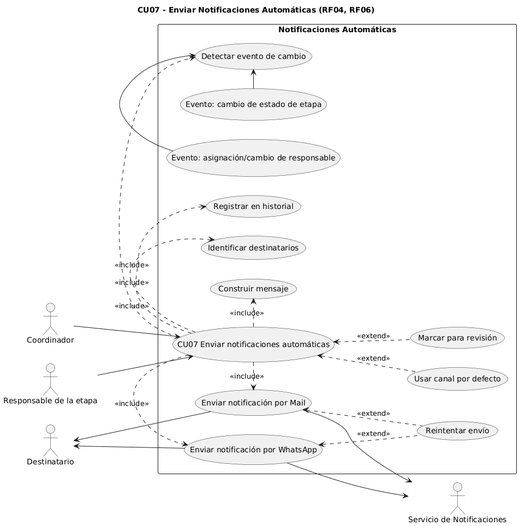
Above: diagramas/02-casos-de-uso/02-enviar-notificaciones-caso-uso-07.png in dantebiondi666-prog/SistemaProductoraVideos (PlantUML), before the change.
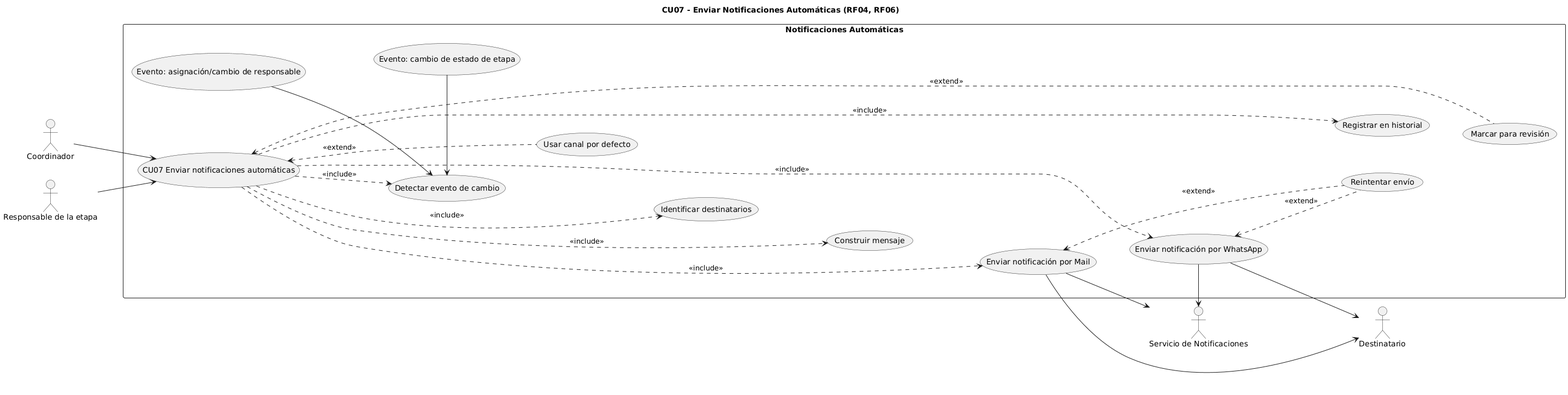
The same diagram one commit later.

Change to the diagram source:
```diff
@@ -8,7 +8,6 @@
 actor Destinatario
 
 rectangle "Notificaciones Automáticas" {
-
   usecase "CU07 Enviar notificaciones automáticas" as CU07
   usecase "Detectar evento de cambio" as UC_Detectar
   usecase "Evento: asignación/cambio de responsable" as UC_EvResp
@@ -21,8 +20,19 @@
   usecase "Usar canal por defecto" as UC_Defecto
   usecase "Reintentar envío" as UC_Reint
   usecase "Marcar para revisión" as UC_Rev
+
+  CU07        -[hidden]-> UC_Detectar
+  UC_Detectar -[hidden]-> UC_Dest
+  UC_Dest     -[hidden]-> UC_Msg
+  UC_Msg      -[hidden]-> UC_Mail
+  UC_Mail     -[hidden]-> UC_Wpp
+  UC_Wpp      -[hidden]-> UC_Hist
+
+  UC_EvResp   -[hidden]-> UC_EvEstado
+
+  UC_Defecto  -[hidden]-> UC_Reint
+  UC_Reint    -[hidden]-> UC_Rev
 }
-
 
 Coordinador --> CU07
 Responsable --> CU07
@@ -30,7 +40,6 @@
 CU07 .> UC_Detectar : <<include>>
 UC_EvResp  -> UC_Detectar
 UC_EvEstado -> UC_Detectar
-
 
 CU07 .> UC_Dest : <<include>>
 CU07 .> UC_Msg  : <<include>>
@@ -47,4 +56,6 @@
 UC_Mail <.. UC_Reint : <<extend>>
 UC_Wpp  <.. UC_Reint : <<extend>>
 CU07    <.. UC_Rev   : <<extend>>
+
+Notif -[hidden]-> Destinatario
 @enduml
```
